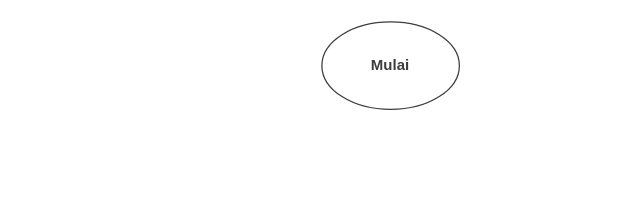
The draw.io diagram Flowchart Penelitian Digiwave.drawio in dans609/diagrams_net, before the edit. Source tidied: cells renumbered, new cells numbered last; positions are measured from the earlier drawing's top-left corner, leaving out a move shared by most shapes. Both pictures are drawn from the tidied source at 125%, with x=0, y=0 at pixel (321, 21).
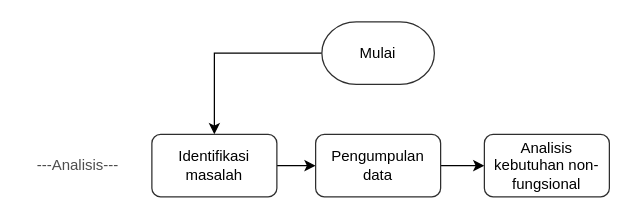
After the change.

Commit message:
Add Analysis Section

Change to the diagram source:
```diff
@@
 <mxGraphModel>
   <root>
     <mxCell id="0" />
     <mxCell id="1" parent="0" />
+    <mxCell id="3" style="edgeStyle=orthogonalEdgeStyle;rounded=0;jettySize=auto;html=1;" parent="1" edge="1" source="2" target="5">
+      <mxGeometry relative="1" as="geometry" />
+    </mxCell>
-    <mxCell id="2" value="Mulai" style="ellipse;whiteSpace=wrap;html=1;strokeColor=#3D3D3D;fontColor=#3d3d3d;fontStyle=1;labelBorderColor=none;fontSize=12;fontFamily=Helvetica;fillOpacity=100;" parent="1" vertex="1">
-      <mxGeometry width="110" height="70" as="geometry" />
+    <mxCell id="2" value="Mulai" style="strokeWidth=1;html=1;shape=mxgraph.flowchart.terminator;whiteSpace=wrap;strokeColor=#2E2E2E;" parent="1" vertex="1">
+      <mxGeometry width="90" height="50" as="geometry" />
     </mxCell>
+    <mxCell id="4" style="edgeStyle=orthogonalEdgeStyle;rounded=0;jettySize=auto;html=1;" parent="1" edge="1" source="5" target="7">
+      <mxGeometry relative="1" as="geometry" />
+    </mxCell>
+    <mxCell id="5" value="Identifikasi masalah" style="rounded=1;whiteSpace=wrap;html=1;absoluteArcSize=1;arcSize=14;strokeWidth=1;strokeColor=#2e2e2e;" parent="1" vertex="1">
+      <mxGeometry x="-136" y="90" width="100" height="50" as="geometry" />
+    </mxCell>
+    <mxCell id="6" style="edgeStyle=orthogonalEdgeStyle;rounded=0;jettySize=auto;html=1;" parent="1" edge="1" source="7" target="8">
+      <mxGeometry relative="1" as="geometry" />
+    </mxCell>
+    <mxCell id="7" value="Pengumpulan data" style="rounded=1;whiteSpace=wrap;html=1;strokeColor=#2e2e2e;arcSize=14;strokeWidth=1;" parent="1" vertex="1">
+      <mxGeometry x="-5" y="90" width="100" height="50" as="geometry" />
+    </mxCell>
+    <mxCell id="8" value="Analisis kebutuhan non-fungsional" style="rounded=1;whiteSpace=wrap;html=1;strokeColor=#2e2e2e;arcSize=14;strokeWidth=1;" parent="1" vertex="1">
+      <mxGeometry x="130" y="90" width="100" height="50" as="geometry" />
+    </mxCell>
+    <mxCell id="9" value="---Analisis---" style="text;strokeColor=none;align=center;fillColor=none;html=1;verticalAlign=middle;whiteSpace=wrap;rounded=0;fontColor=#030303;textOpacity=70;" parent="1" vertex="1">
+      <mxGeometry x="-240" y="100" width="90" height="30" as="geometry" />
+    </mxCell>
   </root>
 </mxGraphModel>
```
